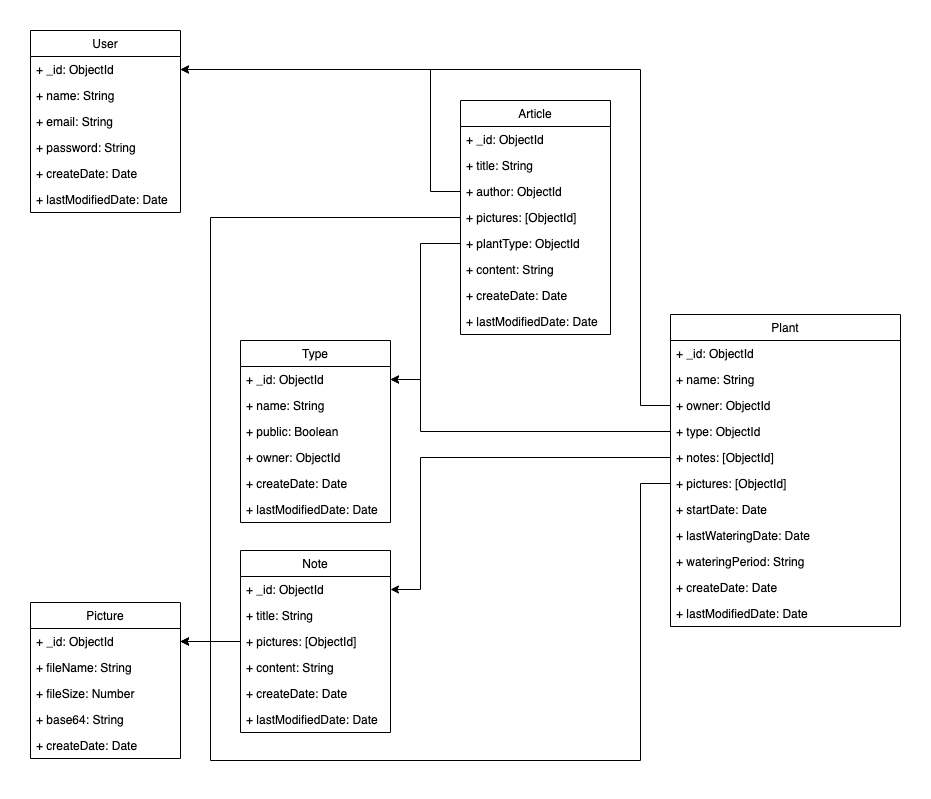
BoChenHuang/MyPlantNote_backend keeps this draw.io diagram as MyPlantNote.db_schema.png. Above is the earlier version. Source tidied: cells renumbered, new cells last; positions are measured from the earlier drawing's top-left corner, leaving out a move shared by most shapes.
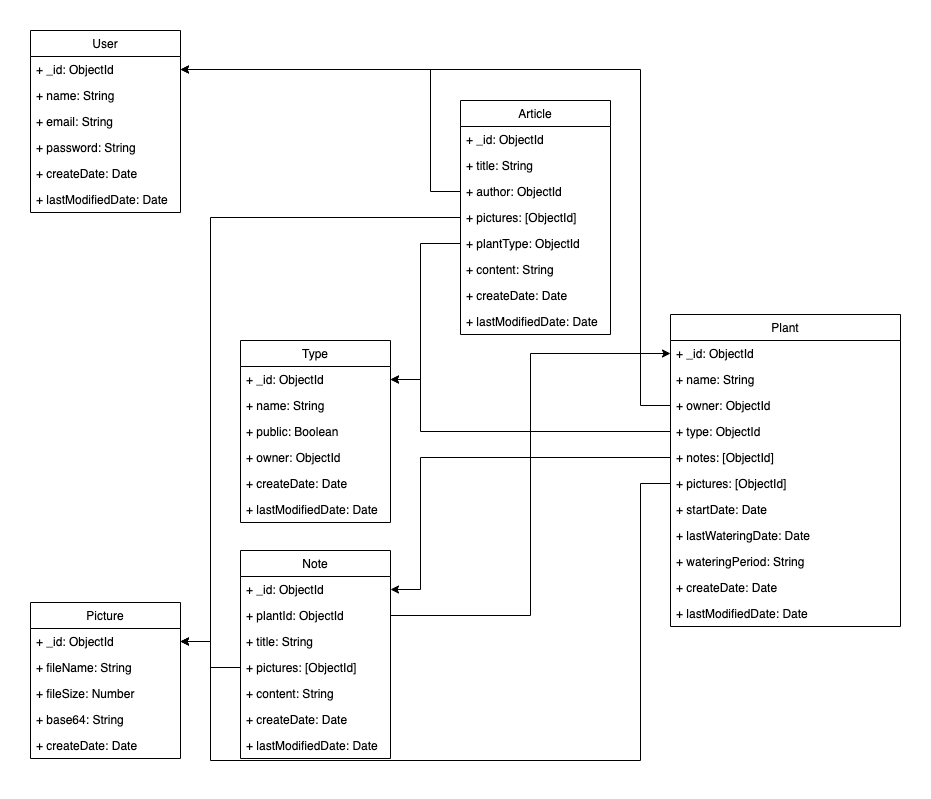
Later version of the same file.

Commit message:
feat: note crud api

What changed in the source:
```diff
@@ -99,25 +99,28 @@
       <mxGeometry y="130" width="150" height="26" as="geometry" />
     </mxCell>
     <mxCell id="34" value="Note" style="swimlane;fontStyle=0;horizontal=1;startSize=26;fillColor=none;" parent="1" vertex="1">
-      <mxGeometry x="210" y="520" width="150" height="182" as="geometry" />
+      <mxGeometry x="210" y="520" width="150" height="208" as="geometry" />
     </mxCell>
     <mxCell id="35" value="+ _id: ObjectId" style="text;strokeColor=none;fillColor=none;align=left;verticalAlign=top;spacingLeft=4;spacingRight=4;overflow=hidden;points=[[0,0.5],[1,0.5]];portConstraint=eastwest;" parent="34" vertex="1">
       <mxGeometry y="26" width="150" height="26" as="geometry" />
     </mxCell>
+    <mxCell id="59" value="+ plantId: ObjectId" style="text;strokeColor=none;fillColor=none;align=left;verticalAlign=top;spacingLeft=4;spacingRight=4;overflow=hidden;points=[[0,0.5],[1,0.5]];portConstraint=eastwest;" parent="34" vertex="1">
+      <mxGeometry y="52" width="150" height="26" as="geometry" />
+    </mxCell>
     <mxCell id="36" value="+ title: String" style="text;strokeColor=none;fillColor=none;align=left;verticalAlign=top;spacingLeft=4;spacingRight=4;overflow=hidden;" parent="34" vertex="1">
-      <mxGeometry y="52" width="150" height="26" as="geometry" />
+      <mxGeometry y="78" width="150" height="26" as="geometry" />
     </mxCell>
     <mxCell id="37" value="+ pictures: [ObjectId]" style="text;strokeColor=none;fillColor=none;align=left;verticalAlign=top;spacingLeft=4;spacingRight=4;overflow=hidden;points=[[0,0.5],[1,0.5]];portConstraint=eastwest;" parent="34" vertex="1">
-      <mxGeometry y="78" width="150" height="26" as="geometry" />
+      <mxGeometry y="104" width="150" height="26" as="geometry" />
     </mxCell>
     <mxCell id="38" value="+ content: String" style="text;strokeColor=none;fillColor=none;align=left;verticalAlign=top;spacingLeft=4;spacingRight=4;overflow=hidden;" parent="34" vertex="1">
-      <mxGeometry y="104" width="150" height="26" as="geometry" />
+      <mxGeometry y="130" width="150" height="26" as="geometry" />
     </mxCell>
     <mxCell id="39" value="+ createDate: Date" style="text;strokeColor=none;fillColor=none;align=left;verticalAlign=top;spacingLeft=4;spacingRight=4;overflow=hidden;" parent="34" vertex="1">
-      <mxGeometry y="130" width="150" height="26" as="geometry" />
+      <mxGeometry y="156" width="150" height="26" as="geometry" />
     </mxCell>
     <mxCell id="40" value="+ lastModifiedDate: Date" style="text;strokeColor=none;fillColor=none;align=left;verticalAlign=top;spacingLeft=4;spacingRight=4;overflow=hidden;" parent="34" vertex="1">
-      <mxGeometry y="156" width="150" height="26" as="geometry" />
+      <mxGeometry y="182" width="150" height="26" as="geometry" />
     </mxCell>
     <mxCell id="41" style="edgeStyle=orthogonalEdgeStyle;rounded=0;jettySize=auto;html=1;exitX=0;exitY=0.5;exitDx=0;exitDy=0;entryX=1;entryY=0.5;entryDx=0;entryDy=0;" parent="1" edge="1" source="x" target="3">
       <mxGeometry relative="1" as="geometry">
@@ -215,5 +218,8 @@
         </Array>
       </mxGeometry>
     </mxCell>
+    <mxCell id="60" style="edgeStyle=orthogonalEdgeStyle;rounded=0;jettySize=auto;html=1;" parent="1" edge="1" source="59" target="10">
+      <mxGeometry relative="1" as="geometry" />
+    </mxCell>
   </root>
 </mxGraphModel>
```
